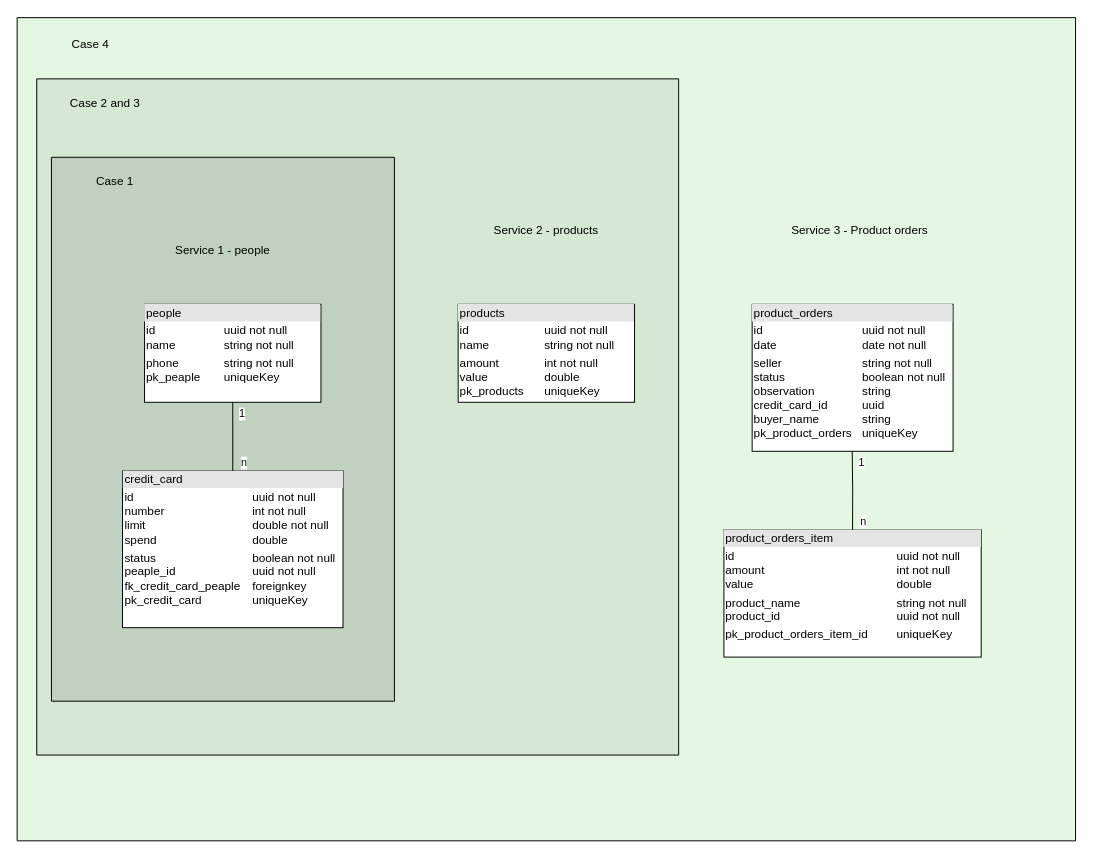
certsys-digitalproducts/certsys-test keeps this draw.io diagram as Untitled Diagram.drawio. Above is the earlier version. Source tidied: cells renumbered, new cells numbered last; positions are measured from the earlier drawing's top-left corner, leaving out a move shared by most shapes. Both pictures are drawn from the tidied source at 98%, with x=0, y=0 at pixel (17, 18).
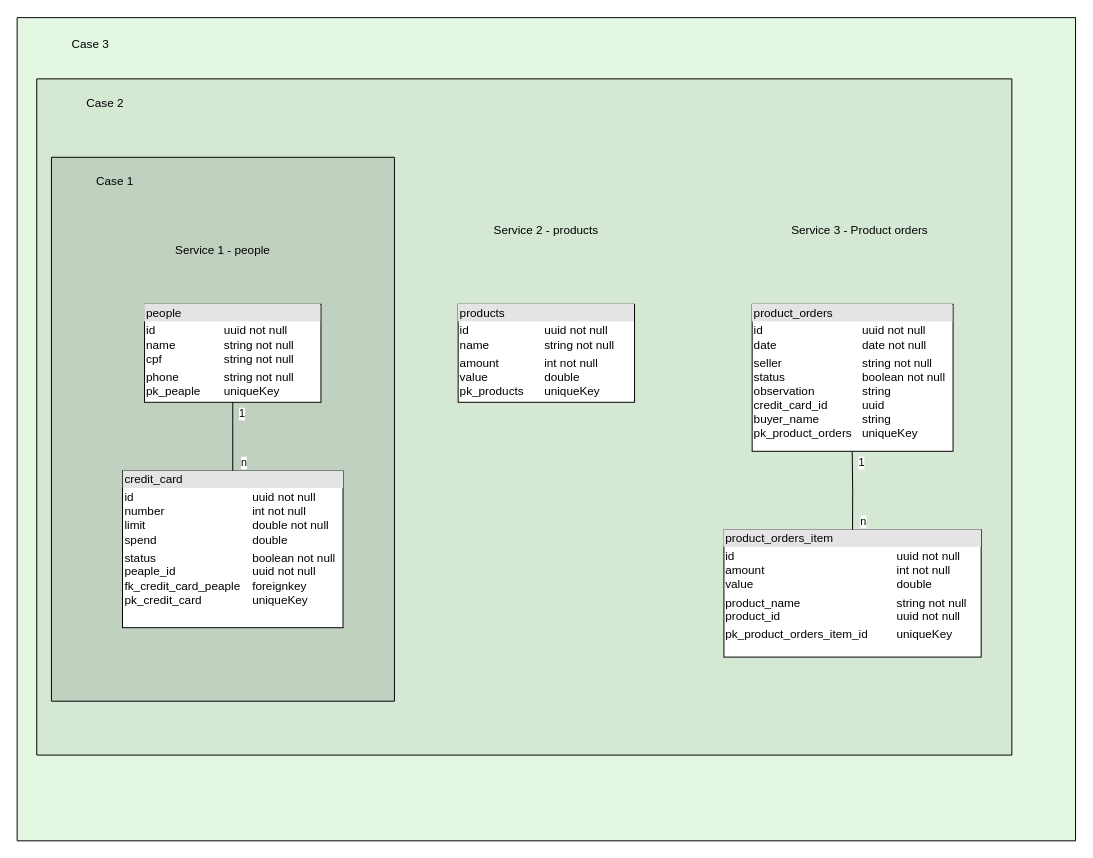
The same page after the edit.

What changed in the source:
```diff
@@
     <mxCell id="3" style="verticalLabelPosition=bottom;verticalAlign=top;html=1;shape=mxgraph.basic.rect;fillColor2=none;strokeWidth=1;size=20;indent=5;fillColor=#D5E8D4;" parent="1" vertex="1">
-      <mxGeometry x="20" y="62" width="655" height="690" as="geometry" />
+      <mxGeometry x="20" y="62" width="995" height="690" as="geometry" />
     </mxCell>
@@
-    <mxCell id="8" value="&lt;div style=&quot;box-sizing:border-box;width:100%;background:#e4e4e4;padding:2px;&quot;&gt;people&lt;/div&gt;&lt;table style=&quot;width:100%;font-size:1em;&quot; cellpadding=&quot;2&quot; cellspacing=&quot;0&quot;&gt;&lt;tbody&gt;&lt;tr&gt;&lt;td&gt;id&lt;br&gt;name&lt;/td&gt;&lt;td&gt;uuid not null&lt;br&gt;string not null&lt;br&gt;&lt;/td&gt;&lt;/tr&gt;&lt;tr&gt;&lt;td&gt;phone&lt;br&gt;pk_peaple&lt;span style=&quot;&quot;&gt; &lt;/span&gt;&lt;br&gt;&lt;/td&gt;&lt;td&gt;string not null&lt;br&gt;uniqueKey&lt;br&gt;&lt;/td&gt;&lt;/tr&gt;&lt;tr&gt;&lt;td&gt;&lt;br&gt;&lt;/td&gt;&lt;td&gt;&lt;br&gt;&lt;/td&gt;&lt;/tr&gt;&lt;/tbody&gt;&lt;/table&gt;" style="verticalAlign=top;align=left;overflow=fill;html=1;" parent="1" vertex="1">
+    <mxCell id="8" value="&lt;div style=&quot;box-sizing:border-box;width:100%;background:#e4e4e4;padding:2px;&quot;&gt;people&lt;/div&gt;&lt;table style=&quot;width:100%;font-size:1em;&quot; cellpadding=&quot;2&quot; cellspacing=&quot;0&quot;&gt;&lt;tbody&gt;&lt;tr&gt;&lt;td&gt;id&lt;br&gt;name&lt;br&gt;cpf&lt;/td&gt;&lt;td&gt;uuid not null&lt;br&gt;string not null&lt;br&gt;string not null&lt;/td&gt;&lt;/tr&gt;&lt;tr&gt;&lt;td&gt;phone&lt;br&gt;pk_peaple&lt;span style=&quot;&quot;&gt; &lt;/span&gt;&lt;br&gt;&lt;/td&gt;&lt;td&gt;string not null&lt;br&gt;uniqueKey&lt;br&gt;&lt;/td&gt;&lt;/tr&gt;&lt;tr&gt;&lt;td&gt;&lt;br&gt;&lt;/td&gt;&lt;td&gt;&lt;br&gt;&lt;/td&gt;&lt;/tr&gt;&lt;/tbody&gt;&lt;/table&gt;" style="verticalAlign=top;align=left;overflow=fill;html=1;" parent="1" vertex="1">
       <mxGeometry x="130" y="292" width="180" height="100" as="geometry" />
     </mxCell>
@@
-    <mxCell id="20" value="Case 2 and 3" style="text;html=1;strokeColor=none;fillColor=none;align=center;verticalAlign=middle;whiteSpace=wrap;rounded=0;" parent="1" vertex="1">
+    <mxCell id="20" value="Case 2" style="text;html=1;strokeColor=none;fillColor=none;align=center;verticalAlign=middle;whiteSpace=wrap;rounded=0;" parent="1" vertex="1">
       <mxGeometry x="35" y="72" width="110" height="30" as="geometry" />
     </mxCell>
-    <mxCell id="21" value="Case 4" style="text;html=1;strokeColor=none;fillColor=none;align=center;verticalAlign=middle;whiteSpace=wrap;rounded=0;" parent="1" vertex="1">
+    <mxCell id="21" value="Case 3" style="text;html=1;strokeColor=none;fillColor=none;align=center;verticalAlign=middle;whiteSpace=wrap;rounded=0;" parent="1" vertex="1">
       <mxGeometry x="20" y="12" width="110" height="30" as="geometry" />
     </mxCell>
```
